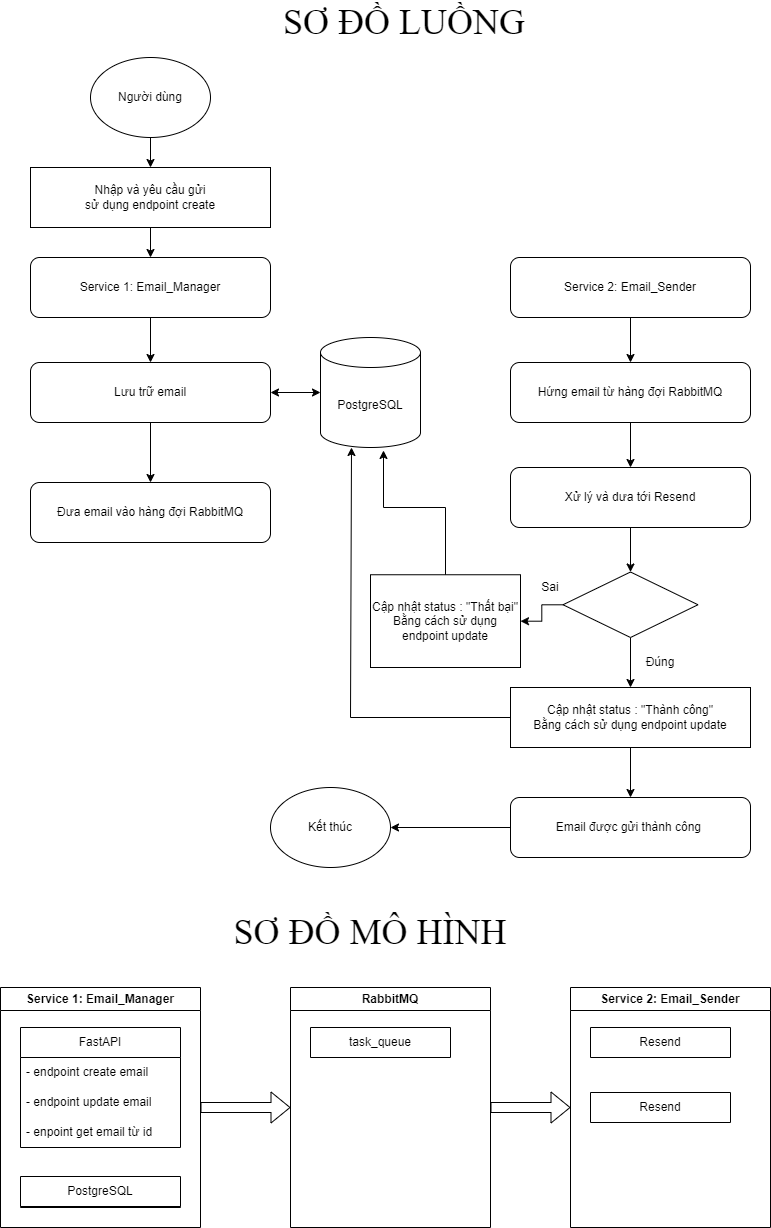
Earlier version of the draw.io export rabbitmq_sendmail.png (truong270801/translate_Intern). Source tidied: cells renumbered, new cells last; positions are measured from the earlier drawing's top-left corner, leaving out a move shared by most shapes.
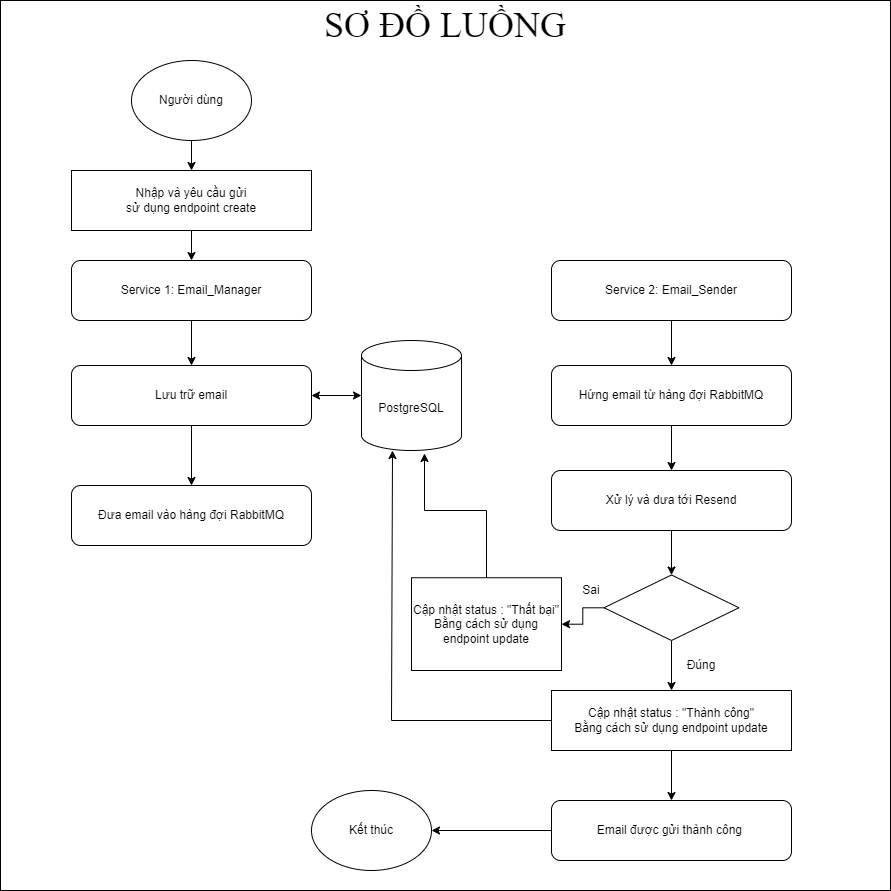
After the commit.

Diff of the diagram source:
```diff
@@ -2,6 +2,9 @@
   <root>
     <mxCell id="0" />
     <mxCell id="1" parent="0" />
+    <mxCell id="47" style="whiteSpace=wrap;html=1;" parent="1" vertex="1">
+      <mxGeometry x="-41" y="-10" width="890" height="890" as="geometry" />
+    </mxCell>
     <mxCell id="2" value="Nhập và yêu cầu gửi&lt;div&gt;sử dụng endpoint create&lt;/div&gt;" style="rounded=0;whiteSpace=wrap;html=1;" parent="1" vertex="1">
       <mxGeometry x="30" y="160" width="240" height="60" as="geometry" />
     </mxCell>
@@ -14,11 +17,11 @@
     <mxCell id="5" value="Lưu trữ email" style="rounded=1;whiteSpace=wrap;html=1;" parent="1" vertex="1">
       <mxGeometry x="30" y="355" width="240" height="60" as="geometry" />
     </mxCell>
-    <mxCell id="6" style="endArrow=classic;startArrow=classic;html=1;rounded=0;exitX=1;exitY=0.5;exitDx=0;exitDy=0;" parent="1" edge="1" source="5">
-      <mxGeometry relative="1" as="geometry">
-        <mxPoint x="320" y="385" as="targetPoint" />
-      </mxGeometry>
-    </mxCell>
+    <mxCell id="48" style="endArrow=classic;startArrow=classic;html=1;rounded=0;exitX=1;exitY=0.5;exitDx=0;exitDy=0;" parent="1" edge="1" source="5">
+      <mxGeometry relative="1" as="geometry">
+        <mxPoint x="320" y="385" as="targetPoint" />
+      </mxGeometry>
+    </mxCell>
     <mxCell id="7" style="endArrow=classic;html=1;rounded=0;entryX=0.5;entryY=0;entryDx=0;entryDy=0;exitX=0.5;exitY=1;exitDx=0;exitDy=0;" parent="1" edge="1" source="4" target="2">
       <mxGeometry relative="1" as="geometry" />
     </mxCell>
@@ -103,54 +106,8 @@
         </Array>
       </mxGeometry>
     </mxCell>
-    <mxCell id="32" value="Service 1: Email_Manager" style="swimlane;whiteSpace=wrap;html=1;" parent="1" vertex="1">
-      <mxGeometry y="980" width="200" height="240" as="geometry" />
-    </mxCell>
-    <mxCell id="33" value="FastAPI" style="swimlane;fontStyle=0;horizontal=1;startSize=30;whiteSpace=wrap;html=1;" parent="32" vertex="1">
-      <mxGeometry x="20" y="40" width="160" height="120" as="geometry" />
-    </mxCell>
-    <mxCell id="34" value="- endpoint create email" style="text;strokeColor=none;fillColor=none;align=left;verticalAlign=middle;spacingLeft=4;spacingRight=4;overflow=hidden;whiteSpace=wrap;html=1;" parent="33" vertex="1">
-      <mxGeometry y="30" width="160" height="30" as="geometry" />
-    </mxCell>
-    <mxCell id="35" value="- endpoint update email" style="text;strokeColor=none;fillColor=none;align=left;verticalAlign=middle;spacingLeft=4;spacingRight=4;overflow=hidden;whiteSpace=wrap;html=1;" parent="33" vertex="1">
-      <mxGeometry y="60" width="160" height="30" as="geometry" />
-    </mxCell>
-    <mxCell id="36" value="- enpoint get email từ id" style="text;strokeColor=none;fillColor=none;align=left;verticalAlign=middle;spacingLeft=4;spacingRight=4;overflow=hidden;whiteSpace=wrap;html=1;" parent="33" vertex="1">
-      <mxGeometry y="90" width="160" height="30" as="geometry" />
-    </mxCell>
-    <mxCell id="37" value="PostgreSQL" style="swimlane;fontStyle=0;horizontal=1;startSize=30;whiteSpace=wrap;html=1;" parent="32" vertex="1">
-      <mxGeometry x="20" y="189" width="160" height="31" as="geometry" />
-    </mxCell>
-    <mxCell id="38" value="RabbitMQ" style="swimlane;whiteSpace=wrap;html=1;" parent="1" vertex="1">
-      <mxGeometry x="290" y="980" width="200" height="240" as="geometry" />
-    </mxCell>
-    <mxCell id="39" value="task_queue" style="swimlane;fontStyle=0;horizontal=1;startSize=30;whiteSpace=wrap;html=1;" parent="38" vertex="1">
-      <mxGeometry x="20" y="40" width="140" height="30" as="geometry" />
-    </mxCell>
-    <mxCell id="40" style="shape=flexArrow;endArrow=classic;html=1;rounded=0;entryX=0;entryY=0.5;entryDx=0;entryDy=0;" parent="1" edge="1" target="38">
-      <mxGeometry relative="1" as="geometry">
-        <mxPoint x="200" y="1100" as="sourcePoint" />
-      </mxGeometry>
-    </mxCell>
-    <mxCell id="41" style="shape=flexArrow;endArrow=classic;html=1;rounded=0;entryX=0;entryY=0.5;entryDx=0;entryDy=0;exitX=1;exitY=0.5;exitDx=0;exitDy=0;" parent="1" edge="1" source="38">
-      <mxGeometry relative="1" as="geometry">
-        <mxPoint x="570" y="1100" as="targetPoint" />
-      </mxGeometry>
-    </mxCell>
-    <mxCell id="42" value="Service 2: Email_Sender" style="swimlane;whiteSpace=wrap;html=1;" parent="1" vertex="1">
-      <mxGeometry x="570" y="980" width="200" height="240" as="geometry" />
-    </mxCell>
-    <mxCell id="43" value="Resend" style="swimlane;fontStyle=0;horizontal=1;startSize=30;whiteSpace=wrap;html=1;" parent="42" vertex="1">
-      <mxGeometry x="20" y="40" width="140" height="30" as="geometry" />
-    </mxCell>
-    <mxCell id="44" value="Resend" style="swimlane;fontStyle=0;horizontal=1;startSize=30;whiteSpace=wrap;html=1;" parent="42" vertex="1">
-      <mxGeometry x="20" y="105" width="140" height="30" as="geometry" />
-    </mxCell>
     <mxCell id="45" value="&lt;span style=&quot;font-size: 36px;&quot;&gt;&lt;font face=&quot;Times New Roman&quot;&gt;SƠ ĐỒ LUỒNG&lt;/font&gt;&lt;/span&gt;" style="text;html=1;align=center;verticalAlign=middle;whiteSpace=wrap;rounded=0;" parent="1" vertex="1">
       <mxGeometry x="189" width="430" height="30" as="geometry" />
     </mxCell>
-    <mxCell id="46" value="&lt;font face=&quot;Times New Roman&quot; style=&quot;font-size: 36px;&quot;&gt;SƠ ĐỒ MÔ HÌNH&lt;/font&gt;" style="text;html=1;align=center;verticalAlign=middle;whiteSpace=wrap;rounded=0;" parent="1" vertex="1">
-      <mxGeometry x="205" y="910" width="330" height="30" as="geometry" />
-    </mxCell>
   </root>
 </mxGraphModel>
```
